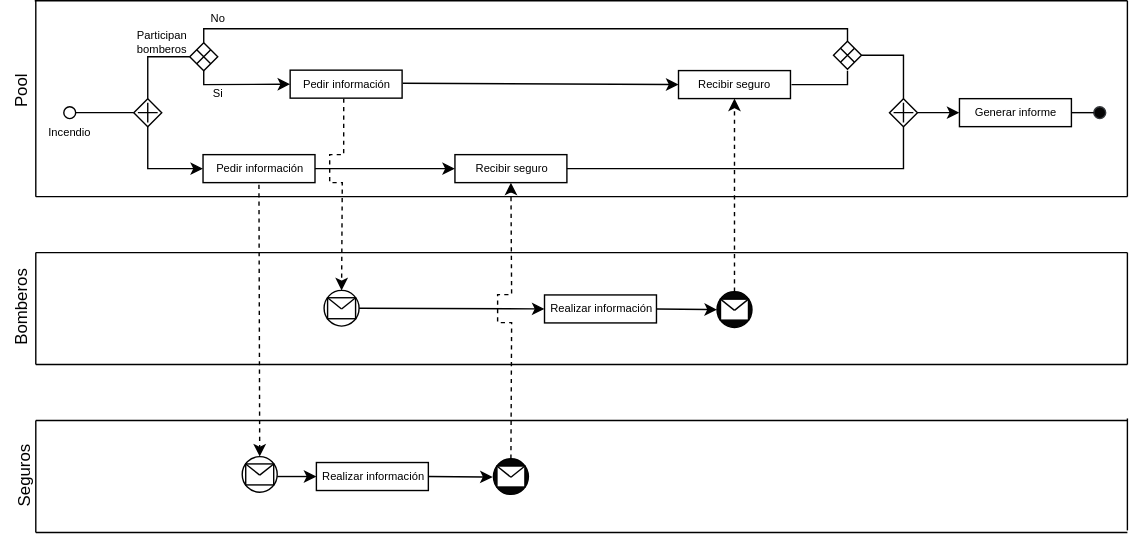
emg842/INRE-UAL-ROJO-2022 keeps this draw.io diagram as LAB2/out/incendio.svg. Above is the earlier version. Source tidied: cells renumbered, new cells last; positions are measured from the earlier drawing's top-left corner, leaving out a move shared by most shapes.
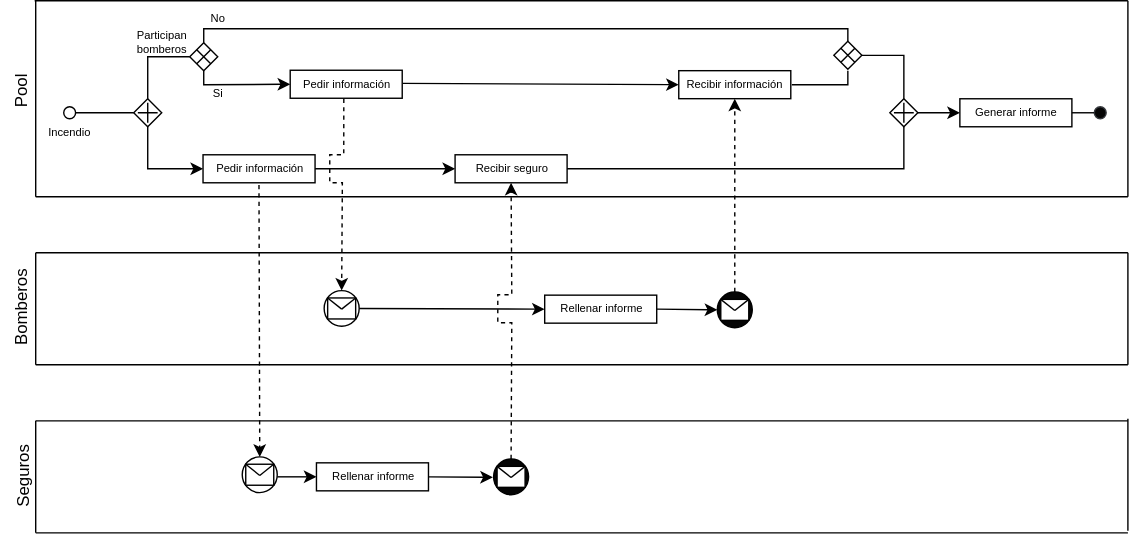
Later version of the same file.

Commit message:
cambio detalle diagramas BPMN para facilitar su interpretación

The edit, as a diff of the source:
```diff
@@ -94,8 +94,8 @@
     <mxCell id="20" style="rounded=0;whiteSpace=wrap;html=1;fontFamily=Times New Roman;fontSize=9;" parent="1" vertex="1">
       <mxGeometry x="413.5" y="210.2" width="80" height="20" as="geometry" />
     </mxCell>
-    <mxCell id="21" value="&lt;font style=&quot;font-size: 8px;&quot;&gt;Realizar información&lt;/font&gt;" style="text;html=1;align=center;verticalAlign=middle;strokeColor=none;fillColor=none;rotation=0;fontSize=8;" parent="1" vertex="1">
-      <mxGeometry x="404.2" y="210.2" width="100" height="20" as="geometry" />
+    <mxCell id="21" value="&lt;font style=&quot;font-size: 8px;&quot;&gt;Rellenar informe&lt;/font&gt;" style="text;html=1;align=center;verticalAlign=middle;strokeColor=none;fillColor=none;rotation=0;fontSize=8;" parent="1" vertex="1">
+      <mxGeometry x="414.2" y="210.2" width="80" height="20" as="geometry" />
     </mxCell>
     <mxCell id="22" style="ellipse;whiteSpace=wrap;html=1;fontFamily=Times New Roman;fontSize=9;" parent="1" vertex="1">
       <mxGeometry x="197.5" y="325.8" width="25" height="25.5" as="geometry" />
@@ -123,8 +123,8 @@
     <mxCell id="27" style="rounded=0;whiteSpace=wrap;html=1;fontFamily=Times New Roman;fontSize=9;" parent="1" vertex="1">
       <mxGeometry x="250.5" y="330" width="80" height="20" as="geometry" />
     </mxCell>
-    <mxCell id="28" value="&lt;font style=&quot;font-size: 8px;&quot;&gt;Realizar información&lt;/font&gt;" style="text;html=1;align=center;verticalAlign=middle;strokeColor=none;fillColor=none;rotation=0;fontSize=8;" parent="1" vertex="1">
-      <mxGeometry x="240.5" y="330" width="100" height="20" as="geometry" />
+    <mxCell id="28" value="&lt;font style=&quot;font-size: 8px;&quot;&gt;Rellenar informe&lt;/font&gt;" style="text;html=1;align=center;verticalAlign=middle;strokeColor=none;fillColor=none;rotation=0;fontSize=8;" parent="1" vertex="1">
+      <mxGeometry x="250.5" y="330" width="80" height="20" as="geometry" />
     </mxCell>
     <mxCell id="29" style="rounded=0;whiteSpace=wrap;html=1;strokeWidth=1;fontFamily=Times New Roman;fontSize=8;" parent="1" vertex="1">
       <mxGeometry x="169.5" y="110" width="80" height="20" as="geometry" />
@@ -211,8 +211,8 @@
     <mxCell id="49" style="rounded=0;whiteSpace=wrap;html=1;strokeWidth=1;fontFamily=Times New Roman;fontSize=8;" parent="1" vertex="1">
       <mxGeometry x="509.2" y="49.9" width="80" height="20" as="geometry" />
     </mxCell>
-    <mxCell id="50" value="&lt;font style=&quot;font-size: 8px;&quot;&gt;Recibir seguro&lt;/font&gt;" style="text;html=1;align=center;verticalAlign=middle;strokeColor=none;fillColor=none;rotation=0;fontSize=8;" parent="1" vertex="1">
-      <mxGeometry x="509.2" y="50" width="80" height="20" as="geometry" />
+    <mxCell id="50" value="&lt;font style=&quot;font-size: 8px;&quot;&gt;Recibir información&lt;/font&gt;" style="text;html=1;align=center;verticalAlign=middle;strokeColor=none;fillColor=none;rotation=0;fontSize=8;" parent="1" vertex="1">
+      <mxGeometry x="504.2" y="50" width="90" height="20" as="geometry" />
     </mxCell>
     <mxCell id="51" style="rhombus;whiteSpace=wrap;html=1;fontFamily=Times New Roman;fontSize=8;" parent="1" vertex="1">
       <mxGeometry x="620" y="29" width="20" height="20" as="geometry" />
```
